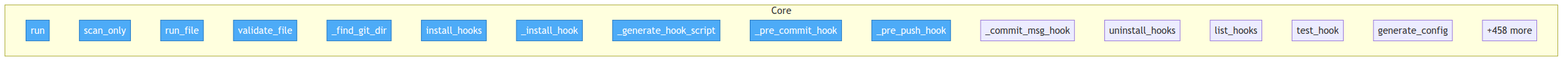
This is project/flow.png from semcod/refactoring, a Mermaid export, as it was before one commit. Its source is kept beside it as project/flow.mmd.
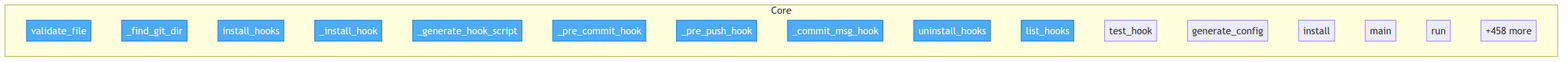
Later version of the same file.

Diff of the diagram source:
```diff
@@ -3,9 +3,6 @@
     classDef entry fill:#4dabf7,stroke:#1971c2,color:#fff
 
     subgraph Core
-        src__prefact__engine__RefactoringEngine__run["run"]
-        src__prefact__engine__RefactoringEngine__scan_only["scan_only"]
-        src__prefact__engine__RefactoringEngine__run_file["run_file"]
         src__prefact__validator__Validator__validate_file["validate_file"]
         src__prefact__git_hooks__GitHooks___find_git_dir["_find_git_dir"]
         src__prefact__git_hooks__GitHooks__install_hooks["install_hooks"]
@@ -18,7 +15,10 @@
         src__prefact__git_hooks__GitHooks__list_hooks["list_hooks"]
         src__prefact__git_hooks__GitHooks__test_hook["test_hook"]
         src__prefact__git_hooks__PreCommitConfig__generate_config["generate_config"]
+        src__prefact__git_hooks__PreCommitConfig__install["install"]
+        src__prefact__git_hooks__main["main"]
+        src__prefact__engine__RefactoringEngine__run["run"]
         ...["+458 more"]
     end
 
-    class src__prefact__engine__RefactoringEngine__run,src__prefact__engine__RefactoringEngine__scan_only,src__prefact__engine__RefactoringEngine__run_file,src__prefact__validator__Validator__validate_file,src__prefact__git_hooks__GitHooks___find_git_dir,src__prefact__git_hooks__GitHooks__install_hooks,src__prefact__git_hooks__GitHooks___install_hook,src__prefact__git_hooks__GitHooks___generate_hook_script,src__prefact__git_hooks__GitHooks___pre_commit_hook,src__prefact__git_hooks__GitHooks___pre_push_hook entry
+    class src__prefact__validator__Validator__validate_file,src__prefact__git_hooks__GitHooks___find_git_dir,src__prefact__git_hooks__GitHooks__install_hooks,src__prefact__git_hooks__GitHooks___install_hook,src__prefact__git_hooks__GitHooks___generate_hook_script,src__prefact__git_hooks__GitHooks___pre_commit_hook,src__prefact__git_hooks__GitHooks___pre_push_hook,src__prefact__git_hooks__GitHooks___commit_msg_hook,src__prefact__git_hooks__GitHooks__uninstall_hooks,src__prefact__git_hooks__GitHooks__list_hooks entry
```
